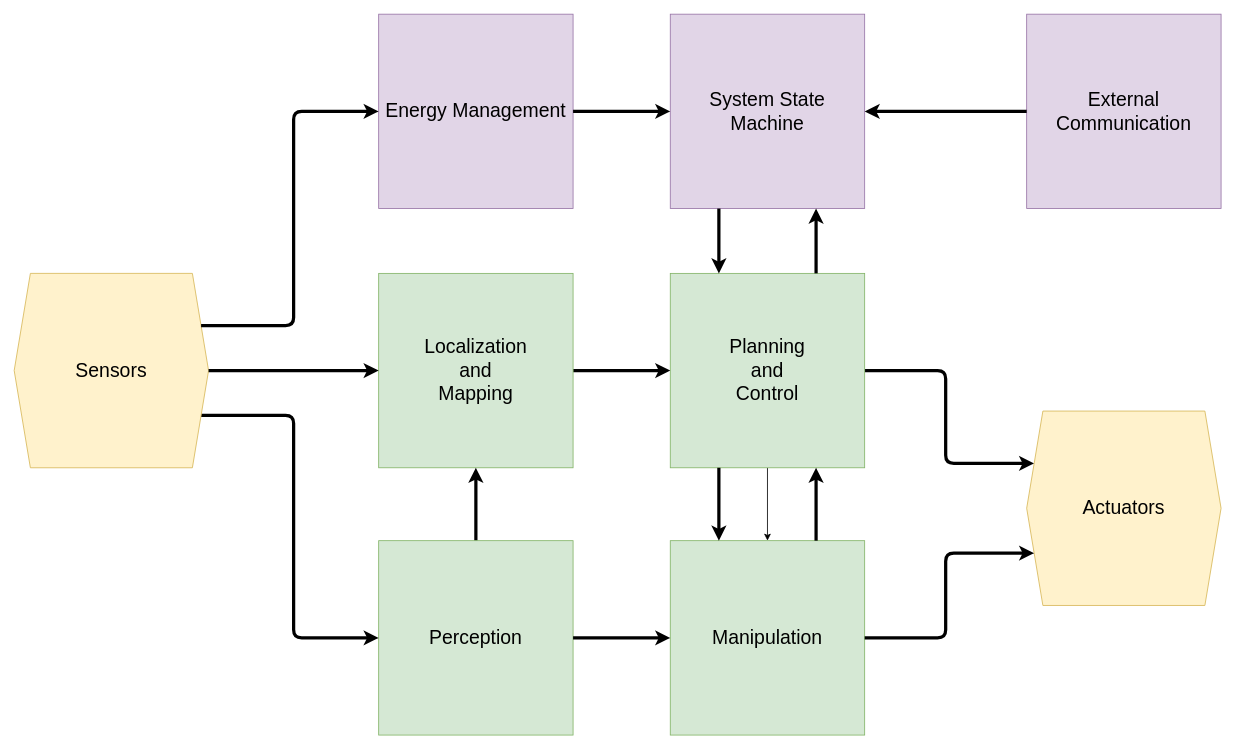
ipa-dmo/ipa_outdoor_docu keeps this draw.io diagram as page "#1 Software Structure 1" (1 of 19) of OutdoorNavigationStructure.drawio. Above is the earlier version. Source tidied: cells renumbered, new cells numbered last; positions are measured from the earlier drawing's top-left corner, leaving out a move shared by most shapes. Both pictures are drawn from the tidied source at 81%, with x=0, y=0 at pixel (14, 14).
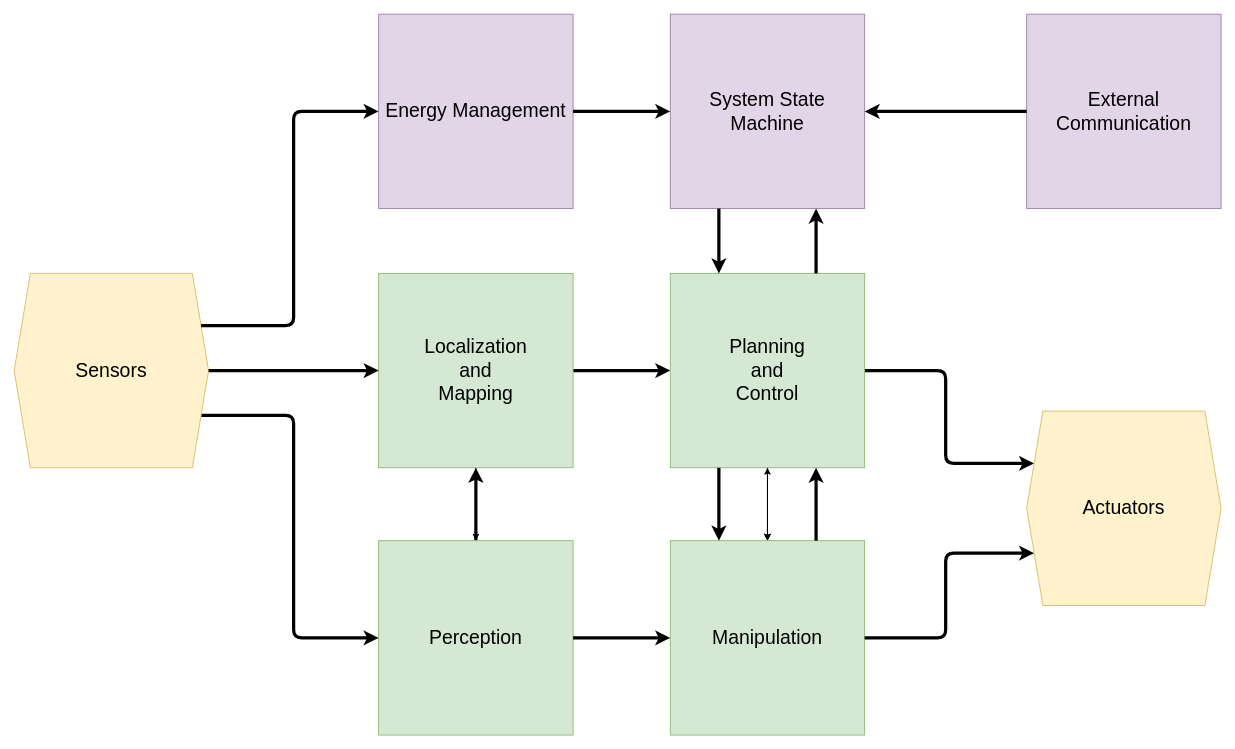
The same page after the edit.

The change refers to these unchanged cells:
```xml
<mxCell id="4" value="&lt;div&gt;&lt;font style=&quot;font-size: 24px&quot; face=&quot;Helvetica&quot;&gt;Planning &lt;br&gt;&lt;/font&gt;&lt;/div&gt;&lt;div&gt;&lt;font style=&quot;font-size: 24px&quot; face=&quot;Helvetica&quot;&gt;and &lt;br&gt;&lt;/font&gt;&lt;/div&gt;&lt;div&gt;&lt;font style=&quot;font-size: 24px&quot; face=&quot;Helvetica&quot;&gt;Control&lt;/font&gt;&lt;/div&gt;" style="whiteSpace=wrap;html=1;fillColor=#d5e8d4;strokeColor=#82b366;" parent="1" vertex="1">
  <mxGeometry x="810" y="320" width="240" height="240" as="geometry" />
</mxCell>
<mxCell id="6" value="&lt;div&gt;&lt;font style=&quot;font-size: 24px&quot; face=&quot;Helvetica&quot;&gt;Localization&lt;font style=&quot;font-size: 24px&quot;&gt; &lt;br&gt;&lt;/font&gt;&lt;/font&gt;&lt;/div&gt;&lt;div&gt;&lt;font style=&quot;font-size: 24px&quot; face=&quot;Helvetica&quot;&gt;&lt;font style=&quot;font-size: 24px&quot;&gt;and &lt;br&gt;&lt;/font&gt;&lt;/font&gt;&lt;/div&gt;&lt;div&gt;&lt;font style=&quot;font-size: 24px&quot; face=&quot;Helvetica&quot;&gt;&lt;font style=&quot;font-size: 24px&quot;&gt;Mapping&lt;/font&gt;&lt;/font&gt;&lt;/div&gt;" style="whiteSpace=wrap;html=1;fillColor=#d5e8d4;strokeColor=#82b366;" parent="1" vertex="1">
  <mxGeometry x="450" y="320" width="240" height="240" as="geometry" />
</mxCell>
<mxCell id="8" value="&lt;font style=&quot;font-size: 24px&quot;&gt;Perception&lt;/font&gt;" style="whiteSpace=wrap;html=1;fillColor=#d5e8d4;strokeColor=#82b366;" parent="1" vertex="1">
  <mxGeometry x="450" y="650" width="240" height="240" as="geometry" />
</mxCell>
<mxCell id="11" value="&lt;font style=&quot;font-size: 24px&quot;&gt;Manipulation&lt;/font&gt;" style="whiteSpace=wrap;html=1;fillColor=#d5e8d4;strokeColor=#82b366;" parent="1" vertex="1">
  <mxGeometry x="810" y="650" width="240" height="240" as="geometry" />
</mxCell>
```

Diff of the diagram source:
```diff
@@
+    <mxCell id="26" style="edgeStyle=orthogonalEdgeStyle;rounded=0;jettySize=auto;html=1;" parent="1" edge="1" source="4" target="11">
+      <mxGeometry relative="1" as="geometry" />
+    </mxCell>
+    <mxCell id="27" style="edgeStyle=orthogonalEdgeStyle;rounded=0;jettySize=auto;html=1;" parent="1" edge="1" source="4" target="11">
+      <mxGeometry relative="1" as="geometry" />
+    </mxCell>
@@
+    <mxCell id="28" style="edgeStyle=orthogonalEdgeStyle;rounded=0;jettySize=auto;html=1;" parent="1" edge="1" source="6" target="8">
+      <mxGeometry relative="1" as="geometry" />
+    </mxCell>
@@
+    <mxCell id="29" style="edgeStyle=orthogonalEdgeStyle;rounded=0;jettySize=auto;html=1;" parent="1" edge="1" source="11" target="4">
+      <mxGeometry relative="1" as="geometry" />
+    </mxCell>
```
